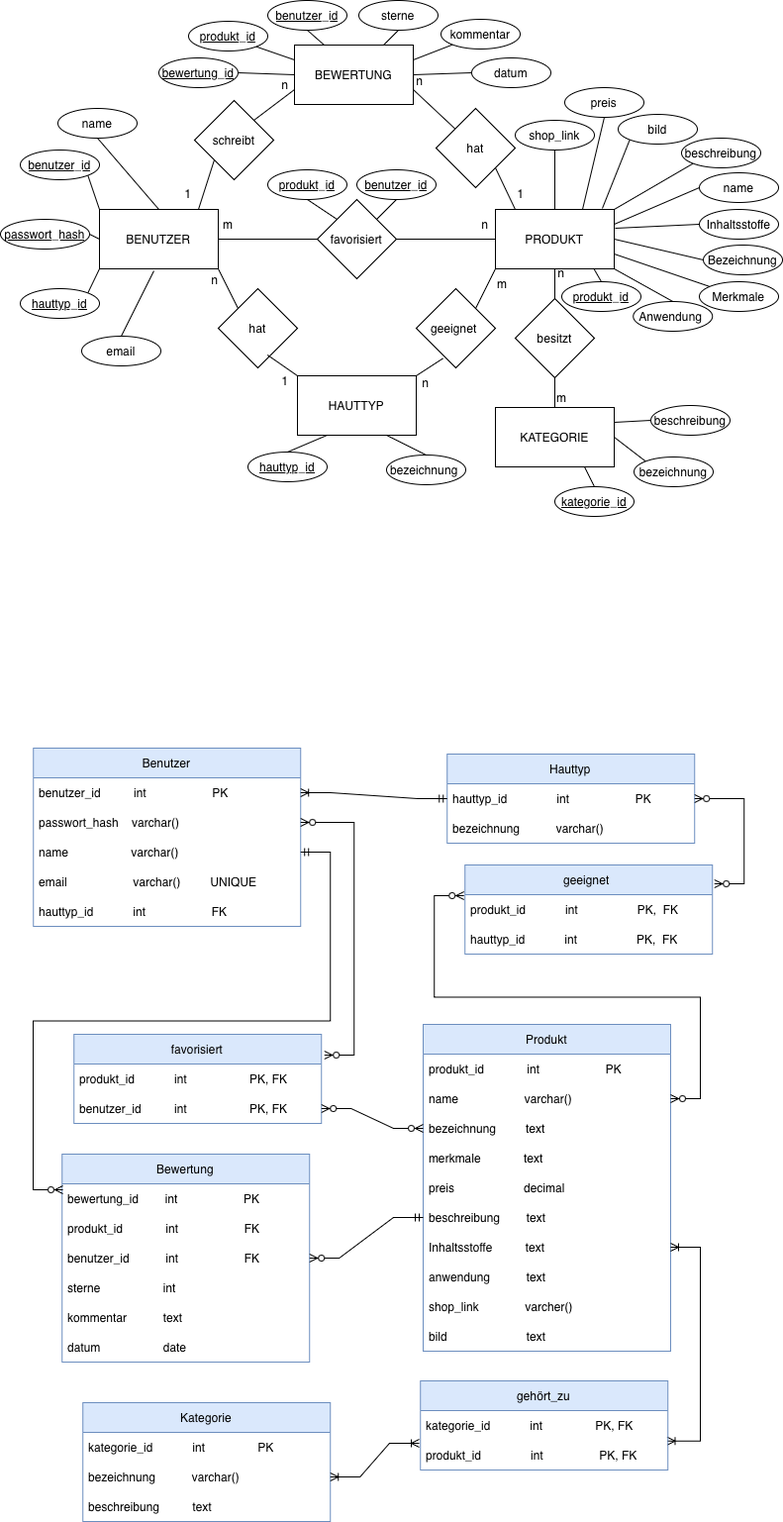
Above: docs/assets/images/data-model.png in Tiberja/SkinSense (draw.io), before the change. Source tidied: cells renumbered, new cells last; positions are measured from the earlier drawing's top-left corner, leaving out a move shared by most shapes.
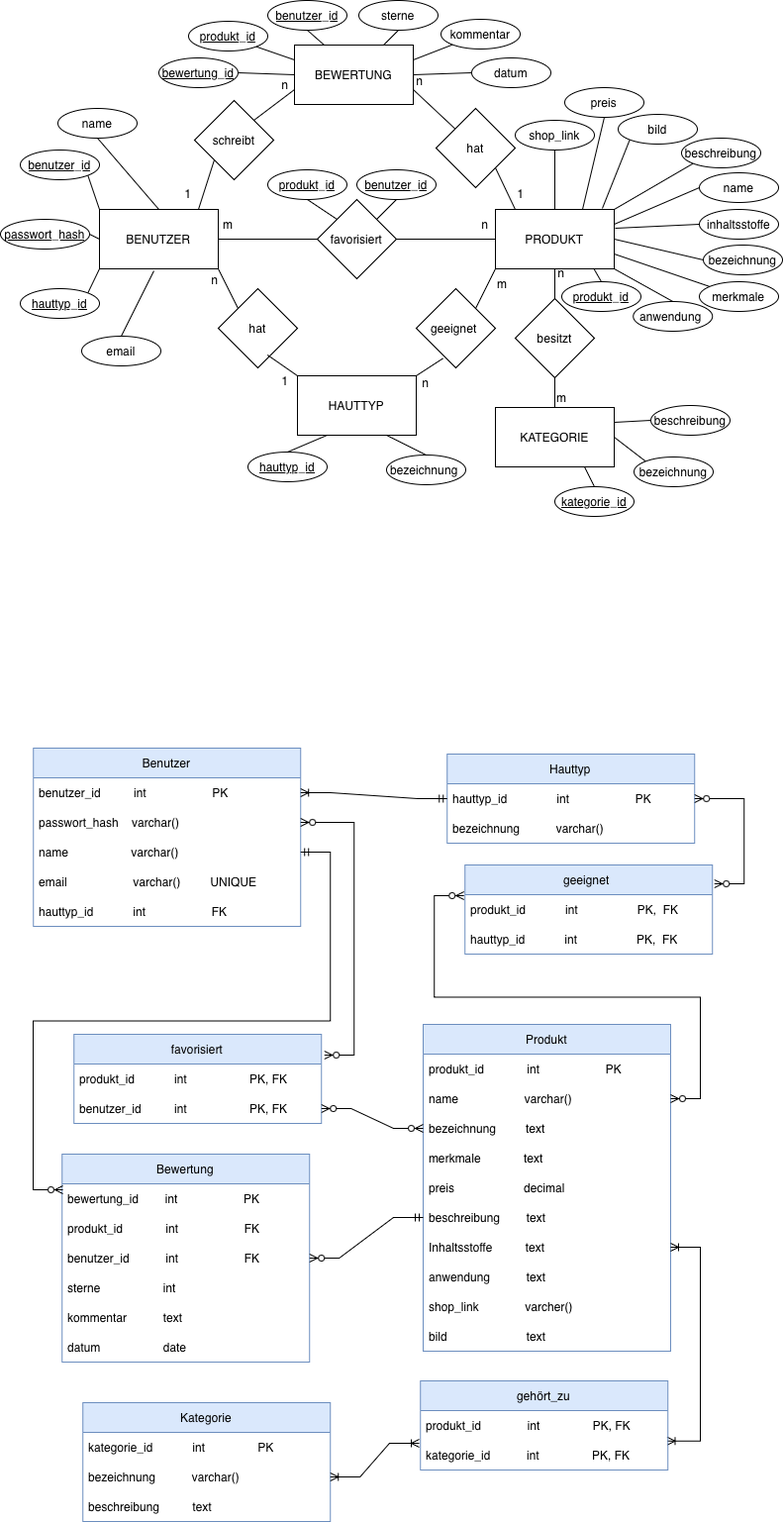
The same diagram one commit later.

What changed in the source:
```diff
@@ -285,10 +285,10 @@
     <mxCell id="92" value="gehört_zu" style="swimlane;fontStyle=0;horizontal=1;startSize=30;whiteSpace=wrap;html=1;fillColor=#dae8fc;strokeColor=#6c8ebf;" parent="1" vertex="1">
       <mxGeometry x="424.2" y="1394" width="250" height="90" as="geometry" />
     </mxCell>
-    <mxCell id="93" value="kategorie_id &amp;nbsp; &amp;nbsp; &amp;nbsp; &amp;nbsp; &amp;nbsp; &amp;nbsp;int &amp;nbsp; &amp;nbsp; &amp;nbsp; &amp;nbsp; &amp;nbsp; &amp;nbsp; &amp;nbsp; &amp;nbsp;PK, FK" style="text;strokeColor=none;fillColor=none;align=left;verticalAlign=middle;spacingLeft=4;spacingRight=4;overflow=hidden;whiteSpace=wrap;html=1;" parent="92" vertex="1">
+    <mxCell id="93" value="produkt_id &amp;nbsp; &amp;nbsp; &amp;nbsp; &amp;nbsp; &amp;nbsp; &amp;nbsp; &amp;nbsp;int &amp;nbsp; &amp;nbsp; &amp;nbsp; &amp;nbsp; &amp;nbsp; &amp;nbsp; &amp;nbsp; &amp;nbsp;PK, FK" style="text;strokeColor=none;fillColor=none;align=left;verticalAlign=middle;spacingLeft=4;spacingRight=4;overflow=hidden;whiteSpace=wrap;html=1;" parent="92" vertex="1">
       <mxGeometry y="30" width="250" height="30" as="geometry" />
     </mxCell>
-    <mxCell id="94" value="produkt_id &amp;nbsp; &amp;nbsp; &amp;nbsp; &amp;nbsp; &amp;nbsp; &amp;nbsp; &amp;nbsp; int &amp;nbsp; &amp;nbsp; &amp;nbsp; &amp;nbsp; &amp;nbsp; &amp;nbsp; &amp;nbsp; &amp;nbsp; PK, FK" style="text;strokeColor=none;fillColor=none;align=left;verticalAlign=middle;spacingLeft=4;spacingRight=4;overflow=hidden;points=[[0,0.5],[1,0.5]];portConstraint=eastwest;whiteSpace=wrap;html=1;" parent="92" vertex="1">
+    <mxCell id="94" value="kategorie_id &amp;nbsp; &amp;nbsp; &amp;nbsp; &amp;nbsp; &amp;nbsp; int &amp;nbsp; &amp;nbsp; &amp;nbsp; &amp;nbsp; &amp;nbsp; &amp;nbsp; &amp;nbsp; &amp;nbsp;PK, FK" style="text;strokeColor=none;fillColor=none;align=left;verticalAlign=middle;spacingLeft=4;spacingRight=4;overflow=hidden;points=[[0,0.5],[1,0.5]];portConstraint=eastwest;whiteSpace=wrap;html=1;" parent="92" vertex="1">
       <mxGeometry y="60" width="250" height="30" as="geometry" />
     </mxCell>
     <mxCell id="95" style="edgeStyle=entityRelationEdgeStyle;fontSize=12;html=1;endArrow=ERoneToMany;startArrow=ERoneToMany;rounded=0;entryX=-0.005;entryY=0.1;entryDx=0;entryDy=0;exitX=1;exitY=0.5;exitDx=0;exitDy=0;entryPerimeter=0;" parent="1" edge="1" source="89" target="94">
@@ -306,10 +306,10 @@
     <mxCell id="99" value="m" style="text;html=1;whiteSpace=wrap;strokeColor=none;fillColor=none;align=center;verticalAlign=middle;rounded=0;fontSize=12;" parent="1" vertex="1">
       <mxGeometry x="537" y="386" width="60" height="30" as="geometry" />
     </mxCell>
-    <mxCell id="100" value="Inhaltsstoffe" style="ellipse;whiteSpace=wrap;html=1;fontSize=12;" parent="1" vertex="1">
+    <mxCell id="100" value="inhaltsstoffe" style="ellipse;whiteSpace=wrap;html=1;fontSize=12;" parent="1" vertex="1">
       <mxGeometry x="706" y="211" width="80" height="30" as="geometry" />
     </mxCell>
-    <mxCell id="101" value="Bezeichnung" style="ellipse;whiteSpace=wrap;html=1;fontSize=12;" parent="1" vertex="1">
+    <mxCell id="101" value="bezeichnung" style="ellipse;whiteSpace=wrap;html=1;fontSize=12;" parent="1" vertex="1">
       <mxGeometry x="710" y="247" width="80" height="30" as="geometry" />
     </mxCell>
     <mxCell id="102" style="endArrow=none;html=1;rounded=0;exitX=0;exitY=0.5;exitDx=0;exitDy=0;entryX=1;entryY=0.5;entryDx=0;entryDy=0;fontSize=12;" parent="1" edge="1" source="101" target="3">
@@ -424,10 +424,10 @@
     <mxCell id="137" style="endArrow=none;html=1;rounded=0;exitX=0.9;exitY=-0.017;exitDx=0;exitDy=0;exitPerimeter=0;entryX=0;entryY=1;entryDx=0;entryDy=0;" parent="1" edge="1" source="3" target="136">
       <mxGeometry relative="1" as="geometry" />
     </mxCell>
-    <mxCell id="138" value="Merkmale" style="ellipse;whiteSpace=wrap;html=1;fontSize=12;" parent="1" vertex="1">
+    <mxCell id="138" value="merkmale" style="ellipse;whiteSpace=wrap;html=1;fontSize=12;" parent="1" vertex="1">
       <mxGeometry x="706" y="284" width="80" height="30" as="geometry" />
     </mxCell>
-    <mxCell id="139" value="Anwendung&amp;nbsp;" style="ellipse;whiteSpace=wrap;html=1;fontSize=12;" parent="1" vertex="1">
+    <mxCell id="139" value="anwendung&amp;nbsp;" style="ellipse;whiteSpace=wrap;html=1;fontSize=12;" parent="1" vertex="1">
       <mxGeometry x="639.2" y="304" width="80" height="30" as="geometry" />
     </mxCell>
     <mxCell id="140" style="endArrow=none;html=1;rounded=0;entryX=0.5;entryY=0;entryDx=0;entryDy=0;exitX=1;exitY=1;exitDx=0;exitDy=0;" parent="1" edge="1" source="3" target="139">
```
